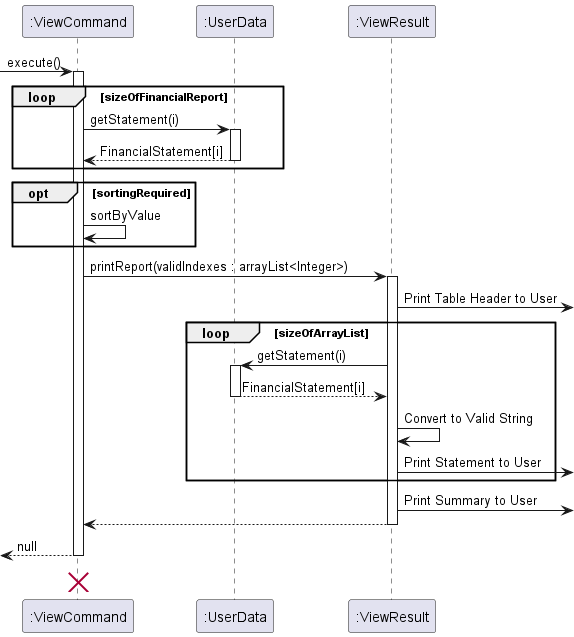
Earlier version of the PlantUML export docs/images/DeveloperGuide/ViewCommand.png (nus-cs2113-AY2223S2/tp). Source of this version:
```plantuml
@startuml
participant ":ViewCommand" as ViewCommand
participant ":UserData" as UserData
participant ":ViewResult" as ViewResult

[-> ViewCommand : execute()
activate ViewCommand

loop sizeOfFinancialReport
    ViewCommand -> UserData : getStatement(i)
    activate UserData
    UserData --> ViewCommand: FinancialStatement[i]
    deactivate UserData
    end
        opt sortingRequired
        ViewCommand -> ViewCommand : sortByValue
    end

    ViewCommand -> ViewResult : printReport(validIndexes : arrayList<Integer>)
    activate ViewResult

ViewResult ->] : Print Table Header to User
loop sizeOfArrayList
    ViewResult -> UserData : getStatement(i)
    activate UserData
    UserData --> ViewResult: FinancialStatement[i]
    deactivate UserData
    ViewResult -> ViewResult : Convert to Valid String
    ViewResult ->] : Print Statement to User
    end
    ViewResult ->] : Print Summary to User
    ViewResult --> ViewCommand
    deactivate ViewResult

ViewCommand -->[ : null
deactivate ViewCommand
ViewCommand <-[hidden]- ViewCommand
destroy ViewCommand
@enduml
```
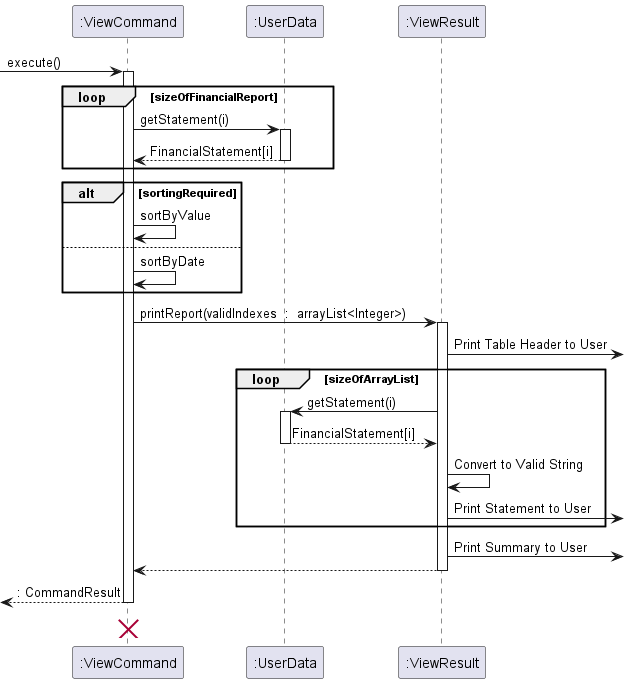
After the change.

Commit message:
Update UML diagram for view command

Diff of the diagram source:
```diff
@@ -12,11 +12,13 @@
     UserData --> ViewCommand: FinancialStatement[i]
     deactivate UserData
     end
-        opt sortingRequired
+        alt sortingRequired
         ViewCommand -> ViewCommand : sortByValue
+        else
+        ViewCommand -> ViewCommand : sortByDate
     end
 
-    ViewCommand -> ViewResult : printReport(validIndexes : arrayList<Integer>)
+    ViewCommand -> ViewResult : printReport(validIndexes  :  arrayList<Integer>)
     activate ViewResult
 
 ViewResult ->] : Print Table Header to User
@@ -32,7 +34,7 @@
     ViewResult --> ViewCommand
     deactivate ViewResult
 
-ViewCommand -->[ : null
+ViewCommand -->[ : : CommandResult
 deactivate ViewCommand
 ViewCommand <-[hidden]- ViewCommand
 destroy ViewCommand
```
